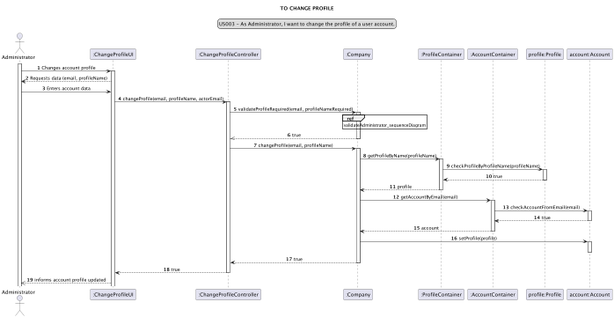
Above: docs/modelling_design/user_stories/sprint01/us003/US003_sequenceDiagram-TO_CHANGE_PROFILE.png in Loracline/project_switch_22-23 (PlantUML), before the change.
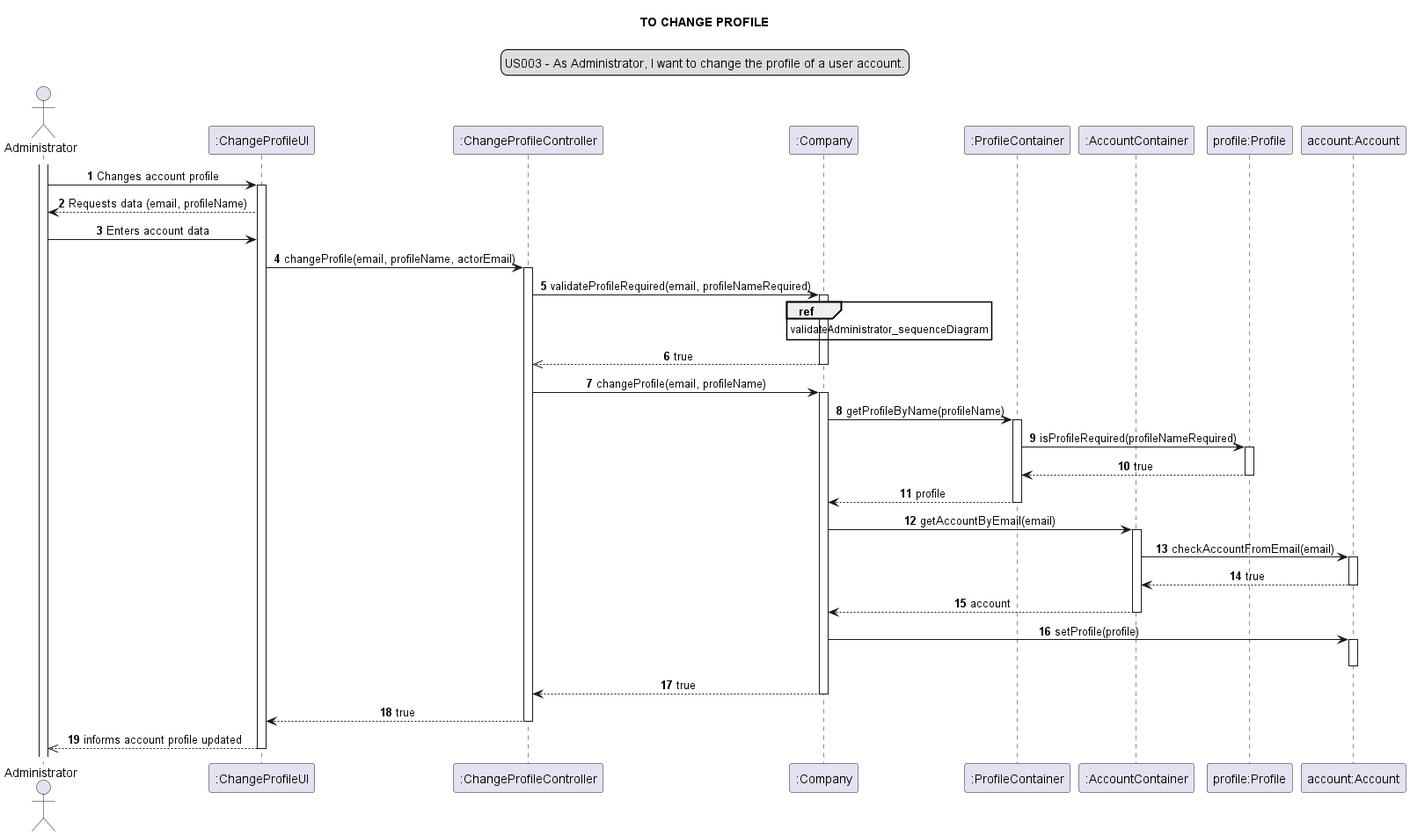
After the change.

Commit message:
US03: Design: Refinement of class diagram and sequence diagram

Change to the diagram source:
```diff
@@ -18,6 +18,7 @@
 US003 - As Administrator, I want to change the profile of a user account.
 end legend
 autonumber
+
 activate Administrator
 Administrator -> ui:  Changes account profile
 activate ui
@@ -34,7 +35,7 @@
 activate company
 company -> profileContainer: getProfileByName(profileName)
 activate profileContainer
-profileContainer -> pf: checkProfileByProfileName(profileName)
+profileContainer -> pf: isProfileRequired(profileNameRequired)
 activate pf
 pf --> profileContainer : true
 deactivate pf
@@ -56,6 +57,7 @@
 controller --> ui: true
 deactivate controller
 ui -->> Administrator: informs account profile updated
+deactivate ui
 
 
 @enduml
```
